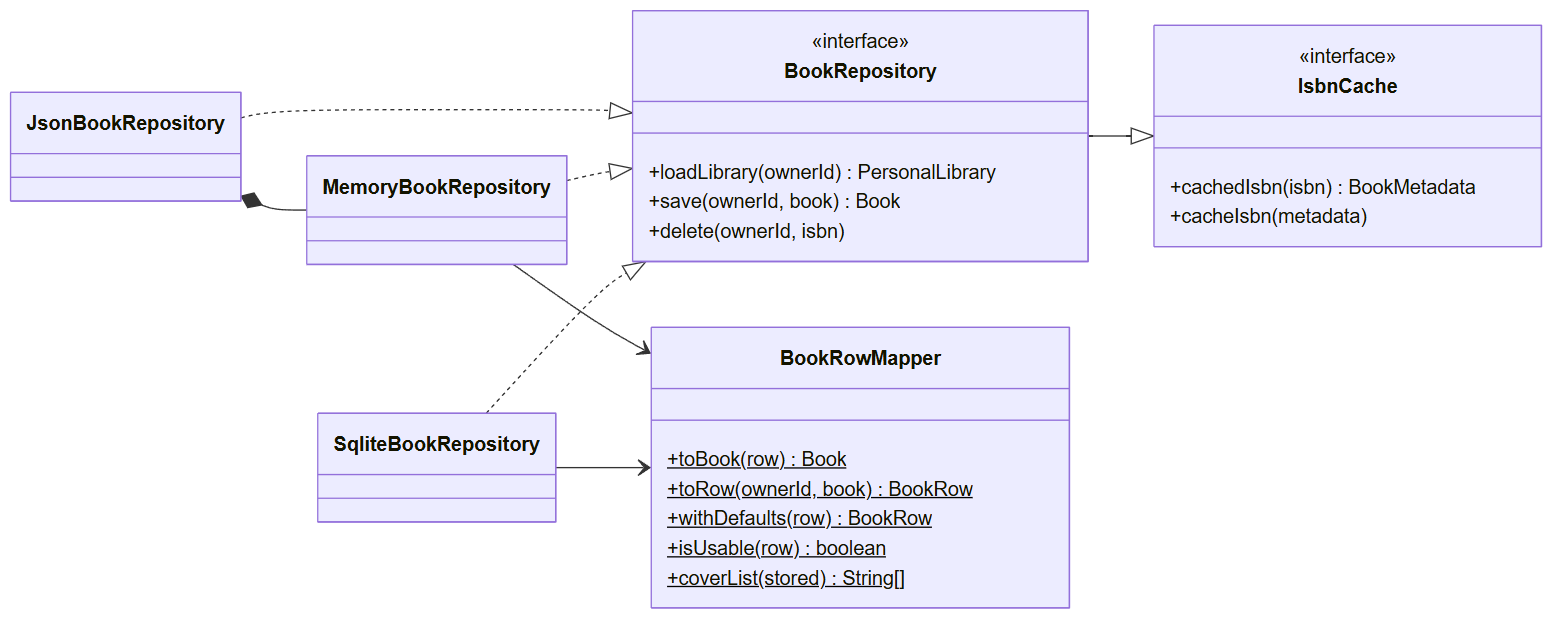
Above: docs/design/figures/iface-data.png in ghechavarria/cen5064-project-hechavarria (Mermaid), before the change. Its source is kept beside it as docs/design/diagrams/iface-data.mmd.
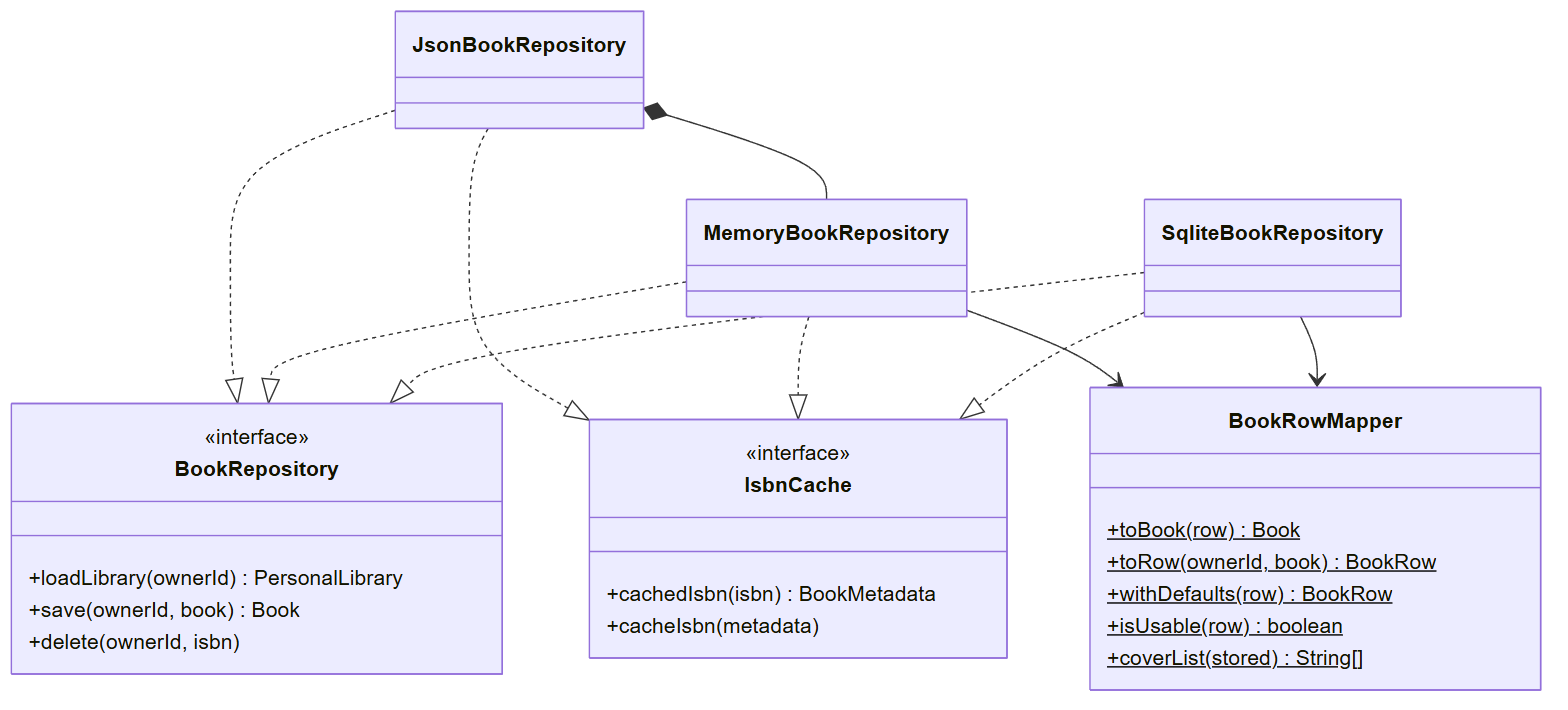
After the change.

The edit, as a diff of the source:
```diff
@@ -1,5 +1,5 @@
 classDiagram
-    direction LR
+    direction TB
     class BookRepository {
         <<interface>>
         +loadLibrary(ownerId) PersonalLibrary
@@ -18,10 +18,12 @@
         +isUsable(row)$ boolean
         +coverList(stored)$ String[]
     }
-    BookRepository --|> IsbnCache
     SqliteBookRepository ..|> BookRepository
     MemoryBookRepository ..|> BookRepository
     JsonBookRepository ..|> BookRepository
+    SqliteBookRepository ..|> IsbnCache
+    MemoryBookRepository ..|> IsbnCache
+    JsonBookRepository ..|> IsbnCache
     JsonBookRepository *-- MemoryBookRepository
     SqliteBookRepository --> BookRowMapper
     MemoryBookRepository --> BookRowMapper
```
